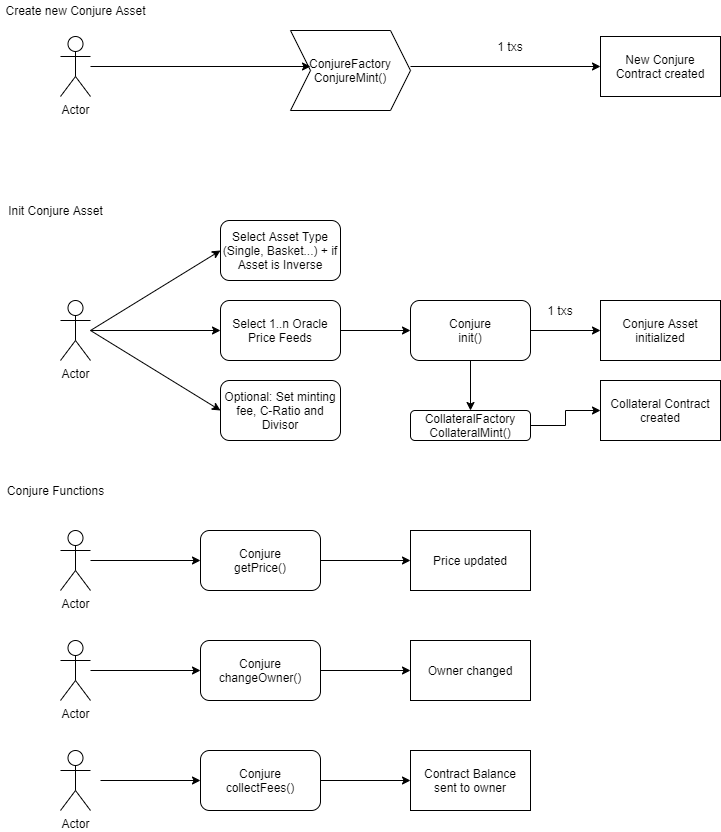
Above: flowdiagrams/conjurefunctions.png in ConjureFi/contracts-main (draw.io), before the change. Source tidied: cells renumbered, new cells last; positions are measured from the earlier drawing's top-left corner, leaving out a move shared by most shapes. Its diagram source:
```xml
<mxGraphModel>
  <root>
    <mxCell id="0" />
    <mxCell id="1" parent="0" />
    <mxCell id="2" value="Actor" style="shape=umlActor;verticalLabelPosition=bottom;verticalAlign=top;html=1;" parent="1" vertex="1">
      <mxGeometry x="60" y="36" width="30" height="60" as="geometry" />
    </mxCell>
    <mxCell id="3" value="Create new Conjure Asset" style="text;html=1;align=center;verticalAlign=middle;" parent="1" vertex="1">
      <mxGeometry width="150" height="20" as="geometry" />
    </mxCell>
    <mxCell id="4" value="New Conjure&lt;br&gt;Contract created&lt;br&gt;" style="rounded=0;whiteSpace=wrap;html=1;" parent="1" vertex="1">
      <mxGeometry x="600" y="36" width="120" height="60" as="geometry" />
    </mxCell>
    <mxCell id="5" value="ConjureFactory&lt;br&gt;ConjureMint()" style="shape=step;perimeter=stepPerimeter;whiteSpace=wrap;html=1;fixedSize=1;" parent="1" vertex="1">
      <mxGeometry x="290" y="30" width="120" height="80" as="geometry" />
    </mxCell>
    <mxCell id="6" style="endArrow=classic;html=1;" parent="1" edge="1" source="2">
      <mxGeometry relative="1" as="geometry">
        <mxPoint x="310" y="66" as="targetPoint" />
      </mxGeometry>
    </mxCell>
    <mxCell id="7" style="endArrow=classic;html=1;entryX=0;entryY=0.5;entryDx=0;entryDy=0;exitX=1;exitY=0.5;exitDx=0;exitDy=0;" parent="1" edge="1" target="4">
      <mxGeometry relative="1" as="geometry">
        <mxPoint x="410" y="66" as="sourcePoint" />
      </mxGeometry>
    </mxCell>
    <mxCell id="8" value="Init Conjure Asset" style="text;html=1;align=center;verticalAlign=middle;" parent="1" vertex="1">
      <mxGeometry y="200" width="110" height="20" as="geometry" />
    </mxCell>
    <mxCell id="9" value="Actor" style="shape=umlActor;verticalLabelPosition=bottom;verticalAlign=top;html=1;outlineConnect=0;" parent="1" vertex="1">
      <mxGeometry x="60" y="300" width="30" height="60" as="geometry" />
    </mxCell>
    <mxCell id="10" value="Select 1..n Oracle Price Feeds" style="rounded=1;whiteSpace=wrap;html=1;" parent="1" vertex="1">
      <mxGeometry x="220" y="300" width="120" height="60" as="geometry" />
    </mxCell>
    <mxCell id="11" value="Optional: Set minting fee, C-Ratio and Divisor" style="rounded=1;whiteSpace=wrap;html=1;" parent="1" vertex="1">
      <mxGeometry x="220" y="380" width="120" height="60" as="geometry" />
    </mxCell>
    <mxCell id="12" value="Select Asset Type (Single, Basket...) + if Asset is Inverse" style="rounded=1;whiteSpace=wrap;html=1;" parent="1" vertex="1">
      <mxGeometry x="220" y="220" width="120" height="60" as="geometry" />
    </mxCell>
    <mxCell id="13" value="1 txs" style="text;html=1;strokeColor=none;fillColor=none;align=center;verticalAlign=middle;whiteSpace=wrap;rounded=0;" parent="1" vertex="1">
      <mxGeometry x="490" y="36" width="40" height="20" as="geometry" />
    </mxCell>
    <mxCell id="14" value="Conjure Asset initialized" style="rounded=0;whiteSpace=wrap;html=1;" parent="1" vertex="1">
      <mxGeometry x="600" y="300" width="120" height="60" as="geometry" />
    </mxCell>
    <mxCell id="15" style="edgeStyle=orthogonalEdgeStyle;rounded=0;jettySize=auto;html=1;" parent="1" edge="1" source="16" target="41">
      <mxGeometry relative="1" as="geometry" />
    </mxCell>
    <mxCell id="16" value="Conjure&lt;br&gt;init()" style="rounded=1;whiteSpace=wrap;html=1;" parent="1" vertex="1">
      <mxGeometry x="410" y="300" width="120" height="60" as="geometry" />
    </mxCell>
    <mxCell id="17" style="endArrow=classic;html=1;entryX=0;entryY=0.5;entryDx=0;entryDy=0;" parent="1" edge="1" target="12">
      <mxGeometry relative="1" as="geometry">
        <mxPoint x="90" y="330" as="sourcePoint" />
      </mxGeometry>
    </mxCell>
    <mxCell id="18" style="endArrow=classic;html=1;entryX=0;entryY=0.5;entryDx=0;entryDy=0;" parent="1" edge="1" target="11">
      <mxGeometry relative="1" as="geometry">
        <mxPoint x="90" y="330" as="sourcePoint" />
      </mxGeometry>
    </mxCell>
    <mxCell id="19" style="endArrow=classic;html=1;entryX=0;entryY=0.5;entryDx=0;entryDy=0;" parent="1" edge="1" source="9" target="10">
      <mxGeometry relative="1" as="geometry" />
    </mxCell>
    <mxCell id="20" style="endArrow=classic;html=1;exitX=1;exitY=0.5;exitDx=0;exitDy=0;entryX=0;entryY=0.5;entryDx=0;entryDy=0;" parent="1" edge="1" source="10" target="16">
      <mxGeometry relative="1" as="geometry" />
    </mxCell>
    <mxCell id="21" style="endArrow=classic;html=1;entryX=0;entryY=0.5;entryDx=0;entryDy=0;exitX=1;exitY=0.5;exitDx=0;exitDy=0;" parent="1" edge="1" source="16" target="14">
      <mxGeometry relative="1" as="geometry" />
    </mxCell>
    <mxCell id="22" value="1 txs" style="text;html=1;strokeColor=none;fillColor=none;align=center;verticalAlign=middle;whiteSpace=wrap;rounded=0;" parent="1" vertex="1">
      <mxGeometry x="540" y="300" width="40" height="20" as="geometry" />
    </mxCell>
    <mxCell id="23" value="Conjure Functions" style="text;html=1;align=center;verticalAlign=middle;" parent="1" vertex="1">
      <mxGeometry y="480" width="110" height="20" as="geometry" />
    </mxCell>
    <mxCell id="24" value="Actor" style="shape=umlActor;verticalLabelPosition=bottom;verticalAlign=top;html=1;outlineConnect=0;" parent="1" vertex="1">
      <mxGeometry x="60" y="530" width="30" height="60" as="geometry" />
    </mxCell>
    <mxCell id="25" value="Conjure&lt;br&gt;getPrice()" style="rounded=1;whiteSpace=wrap;html=1;" parent="1" vertex="1">
      <mxGeometry x="200" y="530" width="120" height="60" as="geometry" />
    </mxCell>
    <mxCell id="26" value="Conjure&lt;br&gt;changeOwner()" style="rounded=1;whiteSpace=wrap;html=1;" parent="1" vertex="1">
      <mxGeometry x="200" y="640" width="120" height="60" as="geometry" />
    </mxCell>
    <mxCell id="27" value="Price updated" style="rounded=0;whiteSpace=wrap;html=1;" parent="1" vertex="1">
      <mxGeometry x="410" y="530" width="120" height="60" as="geometry" />
    </mxCell>
    <mxCell id="28" value="Actor" style="shape=umlActor;verticalLabelPosition=bottom;verticalAlign=top;html=1;outlineConnect=0;" parent="1" vertex="1">
      <mxGeometry x="60" y="640" width="30" height="60" as="geometry" />
    </mxCell>
    <mxCell id="29" value="Actor" style="shape=umlActor;verticalLabelPosition=bottom;verticalAlign=top;html=1;" parent="1" vertex="1">
      <mxGeometry x="60" y="750" width="30" height="60" as="geometry" />
    </mxCell>
    <mxCell id="30" value="Owner changed" style="rounded=0;whiteSpace=wrap;html=1;" parent="1" vertex="1">
      <mxGeometry x="410" y="640" width="120" height="60" as="geometry" />
    </mxCell>
    <mxCell id="31" value="Conjure&lt;br&gt;collectFees()" style="rounded=1;whiteSpace=wrap;html=1;" parent="1" vertex="1">
      <mxGeometry x="200" y="750" width="120" height="60" as="geometry" />
    </mxCell>
    <mxCell id="32" value="Contract Balance&lt;br&gt;sent to owner" style="rounded=0;whiteSpace=wrap;html=1;" parent="1" vertex="1">
      <mxGeometry x="410" y="750" width="120" height="60" as="geometry" />
    </mxCell>
    <mxCell id="33" style="endArrow=classic;html=1;entryX=0;entryY=0.5;entryDx=0;entryDy=0;" parent="1" edge="1" source="24" target="25">
      <mxGeometry relative="1" as="geometry" />
    </mxCell>
    <mxCell id="34" style="endArrow=classic;html=1;entryX=0;entryY=0.5;entryDx=0;entryDy=0;exitX=1;exitY=0.5;exitDx=0;exitDy=0;" parent="1" edge="1" source="25" target="27">
      <mxGeometry relative="1" as="geometry" />
    </mxCell>
    <mxCell id="35" style="endArrow=classic;html=1;" parent="1" edge="1" source="28" target="26">
      <mxGeometry relative="1" as="geometry" />
    </mxCell>
    <mxCell id="36" style="endArrow=classic;html=1;entryX=0;entryY=0.5;entryDx=0;entryDy=0;exitX=1;exitY=0.5;exitDx=0;exitDy=0;" parent="1" edge="1" source="26" target="30">
      <mxGeometry relative="1" as="geometry" />
    </mxCell>
    <mxCell id="37" style="endArrow=classic;html=1;entryX=0;entryY=0.5;entryDx=0;entryDy=0;" parent="1" edge="1" target="31">
      <mxGeometry relative="1" as="geometry">
        <mxPoint x="100" y="780" as="sourcePoint" />
      </mxGeometry>
    </mxCell>
    <mxCell id="38" style="endArrow=classic;html=1;entryX=0;entryY=0.5;entryDx=0;entryDy=0;exitX=1;exitY=0.5;exitDx=0;exitDy=0;" parent="1" edge="1" source="31" target="32">
      <mxGeometry relative="1" as="geometry" />
    </mxCell>
    <mxCell id="39" value="Collateral Contract&lt;br&gt;created" style="rounded=0;whiteSpace=wrap;html=1;" parent="1" vertex="1">
      <mxGeometry x="600" y="380" width="120" height="60" as="geometry" />
    </mxCell>
    <mxCell id="40" style="edgeStyle=orthogonalEdgeStyle;rounded=0;jettySize=auto;html=1;" parent="1" edge="1" source="41" target="39">
      <mxGeometry relative="1" as="geometry" />
    </mxCell>
    <mxCell id="41" value="CollateralFactory&lt;br&gt;CollateralMint()" style="rounded=1;whiteSpace=wrap;html=1;" parent="1" vertex="1">
      <mxGeometry x="410" y="410" width="120" height="30" as="geometry" />
    </mxCell>
  </root>
</mxGraphModel>
```
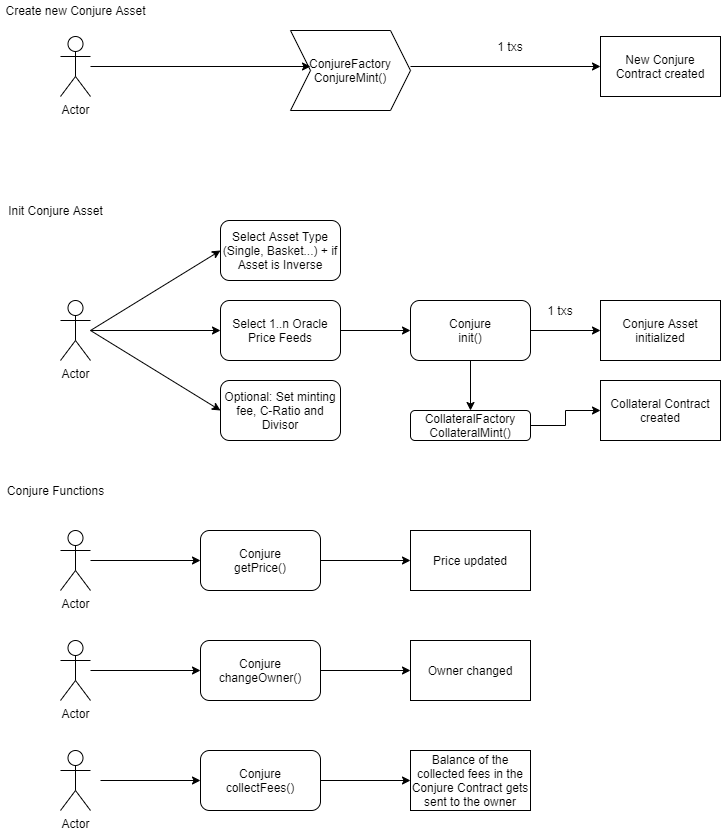
Later version of the same file.

What changed in the source:
```diff
@@ -100,7 +100,7 @@
     <mxCell id="31" value="Conjure&lt;br&gt;collectFees()" style="rounded=1;whiteSpace=wrap;html=1;" parent="1" vertex="1">
       <mxGeometry x="200" y="750" width="120" height="60" as="geometry" />
     </mxCell>
-    <mxCell id="32" value="Contract Balance&lt;br&gt;sent to owner" style="rounded=0;whiteSpace=wrap;html=1;" parent="1" vertex="1">
+    <mxCell id="32" value="Balance of the collected fees in the Conjure Contract gets sent to the owner" style="rounded=0;whiteSpace=wrap;html=1;" parent="1" vertex="1">
       <mxGeometry x="410" y="750" width="120" height="60" as="geometry" />
     </mxCell>
     <mxCell id="33" style="endArrow=classic;html=1;entryX=0;entryY=0.5;entryDx=0;entryDy=0;" parent="1" edge="1" source="24" target="25">
```
